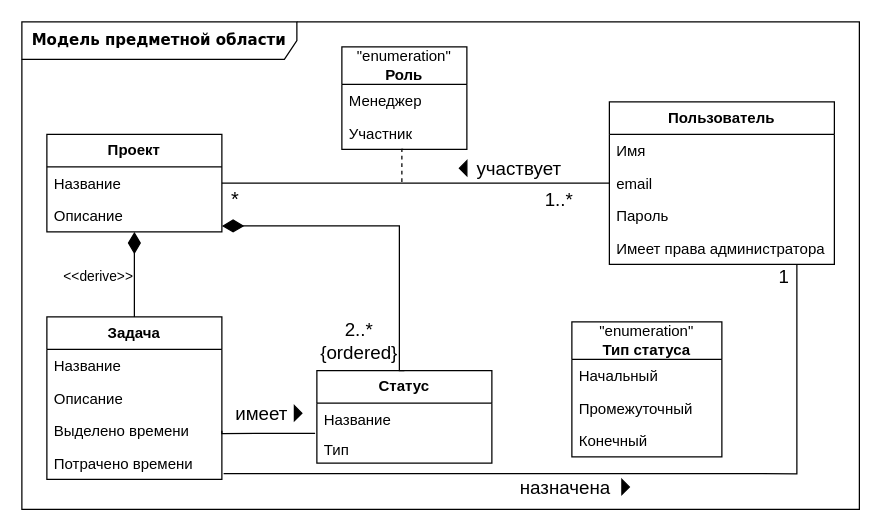
The draw.io diagram docs/raw_diagrams/domain_model.drawio in aVorotnikov/thunder_board, before the edit. Source tidied: cells renumbered, new cells numbered last; positions are measured from the earlier drawing's top-left corner, leaving out a move shared by most shapes. Both pictures are drawn from the tidied source at 125%, with x=0, y=0 at pixel (21, 21).
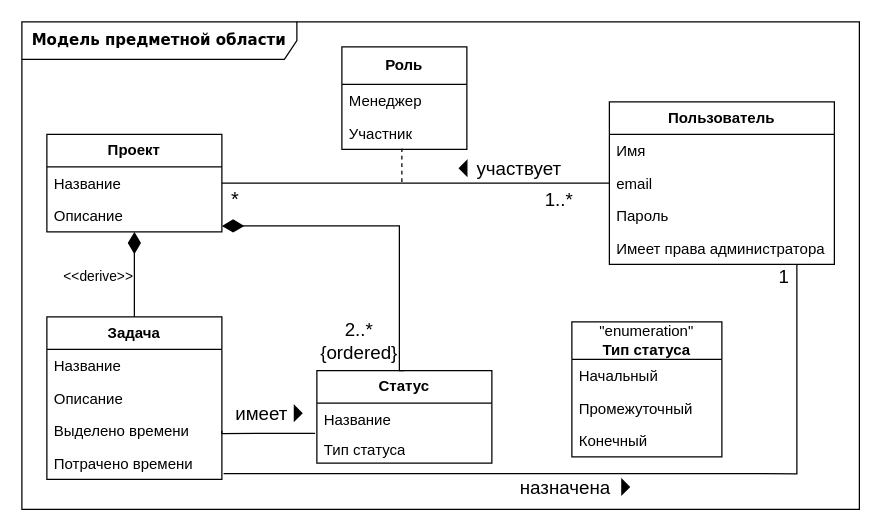
Above is the later version.

Unchanged cells that the change refers to:
```xml
<mxCell id="27" value="&lt;b&gt;Статус&lt;/b&gt;" style="swimlane;fontStyle=0;horizontal=1;startSize=26;fillColor=none;whiteSpace=wrap;html=1;" parent="1" vertex="1">
  <mxGeometry x="236" y="279" width="140" height="74" as="geometry" />
</mxCell>
```

Change to the diagram source:
```diff
@@
-    <mxCell id="24" value="&quot;enumeration&quot;&lt;br&gt;&lt;b&gt;Роль&lt;/b&gt;" style="swimlane;fontStyle=0;horizontal=1;startSize=30;fillColor=none;whiteSpace=wrap;html=1;" parent="1" vertex="1">
+    <mxCell id="24" value="&lt;b&gt;Роль&lt;/b&gt;" style="swimlane;fontStyle=0;horizontal=1;startSize=30;fillColor=none;whiteSpace=wrap;html=1;" parent="1" vertex="1">
       <mxGeometry x="256" y="20" width="100" height="82" as="geometry" />
     </mxCell>
@@
-    <mxCell id="29" value="Тип" style="text;strokeColor=none;fillColor=none;align=left;verticalAlign=top;spacingLeft=4;spacingRight=4;overflow=hidden;whiteSpace=wrap;html=1;" parent="27" vertex="1">
+    <mxCell id="29" value="Тип статуса" style="text;strokeColor=none;fillColor=none;align=left;verticalAlign=top;spacingLeft=4;spacingRight=4;overflow=hidden;whiteSpace=wrap;html=1;" parent="27" vertex="1">
       <mxGeometry y="50" width="140" height="24" as="geometry" />
     </mxCell>
```
